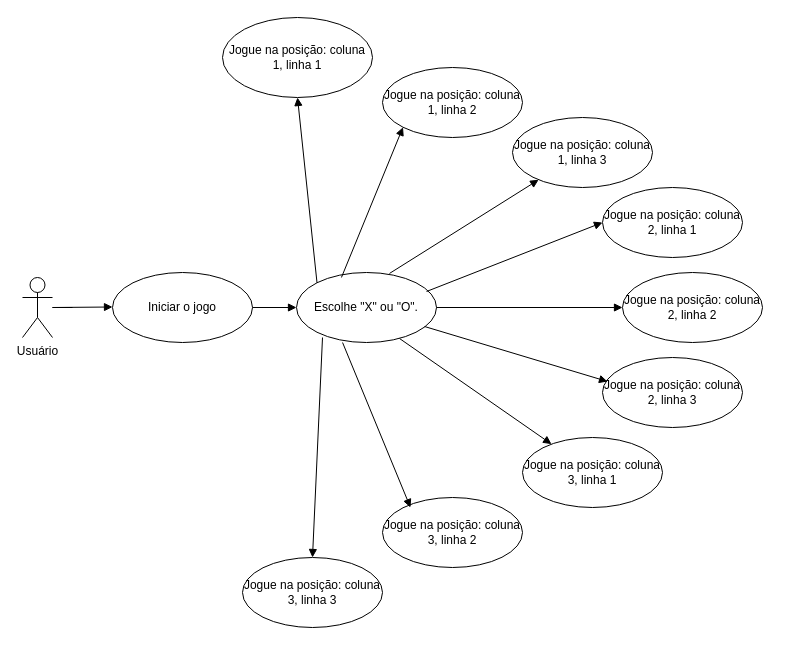
antonioscarvalho/Projetos-Orientados-a-Objetos keeps this draw.io diagram as mini_projeto_3/Projeto_3/diagrama_de_casos_de_uso.drawio. Above is the earlier version. Source tidied: cells renumbered, new cells numbered last; positions are measured from the earlier drawing's top-left corner, leaving out a move shared by most shapes. Both pictures are drawn from the tidied source at 100%, with x=0, y=0 at pixel (22, 17).
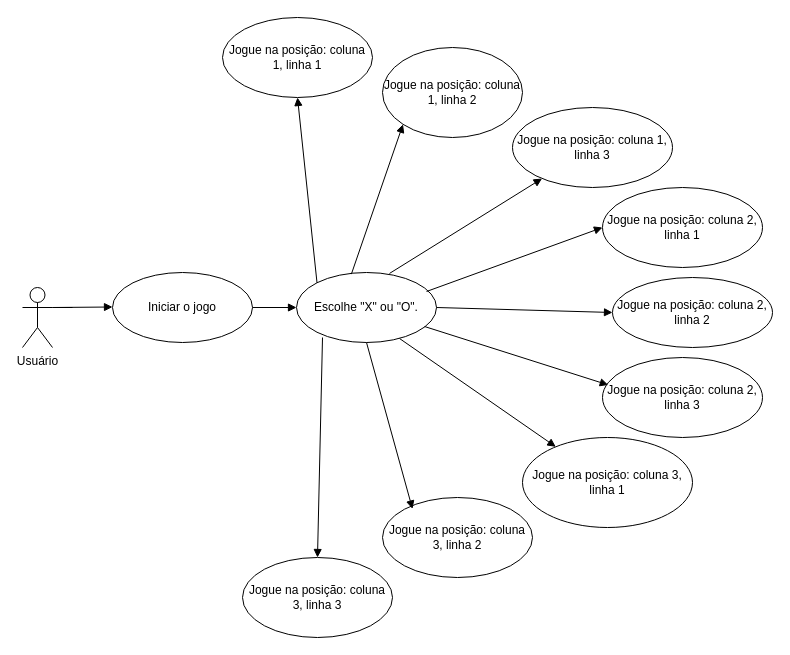
The same diagram, later.

The change refers to these unchanged cells:
```xml
<mxCell id="6" value="Escolhe &quot;X&quot; ou &quot;O&quot;." style="ellipse;whiteSpace=wrap;html=1;" parent="1" vertex="1">
  <mxGeometry x="274" y="255" width="140" height="70" as="geometry" />
</mxCell>
```

What changed in the source:
```diff
@@
     <mxCell id="2" value="Usuário" style="shape=umlActor;verticalLabelPosition=bottom;verticalAlign=top;html=1;" parent="1" vertex="1">
-      <mxGeometry y="260" width="30" height="60" as="geometry" />
+      <mxGeometry y="270" width="30" height="60" as="geometry" />
     </mxCell>
@@
     <mxCell id="8" value="Jogue na posição: coluna 1, linha 2" style="ellipse;whiteSpace=wrap;html=1;" parent="1" vertex="1">
-      <mxGeometry x="360" y="50" width="140" height="70" as="geometry" />
+      <mxGeometry x="360" y="30" width="140" height="90" as="geometry" />
     </mxCell>
     <mxCell id="9" value="Jogue na posição: coluna 1, linha 3" style="ellipse;whiteSpace=wrap;html=1;" parent="1" vertex="1">
-      <mxGeometry x="490" y="100" width="140" height="70" as="geometry" />
+      <mxGeometry x="490" y="90" width="160" height="80" as="geometry" />
     </mxCell>
     <mxCell id="10" value="Jogue na posição: coluna 2, linha 1" style="ellipse;whiteSpace=wrap;html=1;" parent="1" vertex="1">
-      <mxGeometry x="580" y="170" width="140" height="70" as="geometry" />
+      <mxGeometry x="580" y="170" width="160" height="80" as="geometry" />
     </mxCell>
     <mxCell id="11" value="Jogue na posição: coluna 2, linha 2" style="ellipse;whiteSpace=wrap;html=1;" parent="1" vertex="1">
-      <mxGeometry x="600" y="255" width="140" height="70" as="geometry" />
+      <mxGeometry x="590" y="260" width="160" height="70" as="geometry" />
     </mxCell>
     <mxCell id="12" value="Jogue na posição: coluna 2, linha 3" style="ellipse;whiteSpace=wrap;html=1;" parent="1" vertex="1">
-      <mxGeometry x="580" y="340" width="140" height="70" as="geometry" />
+      <mxGeometry x="580" y="340" width="160" height="80" as="geometry" />
     </mxCell>
     <mxCell id="13" value="Jogue na posição: coluna 3, linha 1" style="ellipse;whiteSpace=wrap;html=1;" parent="1" vertex="1">
-      <mxGeometry x="500" y="420" width="140" height="70" as="geometry" />
+      <mxGeometry x="500" y="420" width="170" height="90" as="geometry" />
     </mxCell>
     <mxCell id="14" value="Jogue na posição: coluna 3, linha 2" style="ellipse;whiteSpace=wrap;html=1;" parent="1" vertex="1">
-      <mxGeometry x="360" y="480" width="140" height="70" as="geometry" />
+      <mxGeometry x="360" y="480" width="150" height="80" as="geometry" />
     </mxCell>
     <mxCell id="15" value="Jogue na posição: coluna 3, linha 3" style="ellipse;whiteSpace=wrap;html=1;" parent="1" vertex="1">
-      <mxGeometry x="220" y="540" width="140" height="70" as="geometry" />
+      <mxGeometry x="220" y="540" width="150" height="80" as="geometry" />
     </mxCell>
@@
-    <mxCell id="17" style="html=1;verticalAlign=bottom;endArrow=block;curved=0;rounded=0;exitX=0.321;exitY=0.071;exitDx=0;exitDy=0;exitPerimeter=0;entryX=0;entryY=1;entryDx=0;entryDy=0;" parent="1" edge="1" source="6" target="8">
+    <mxCell id="17" style="html=1;verticalAlign=bottom;endArrow=block;curved=0;rounded=0;exitX=0.392;exitY=0.023;exitDx=0;exitDy=0;exitPerimeter=0;entryX=0;entryY=1;entryDx=0;entryDy=0;" parent="1" edge="1" source="6" target="8">
       <mxGeometry relative="1" as="geometry" />
     </mxCell>
@@
-    <mxCell id="23" style="html=1;verticalAlign=bottom;endArrow=block;curved=0;rounded=0;entryX=0.2;entryY=0.143;entryDx=0;entryDy=0;entryPerimeter=0;exitX=0.329;exitY=1;exitDx=0;exitDy=0;exitPerimeter=0;" parent="1" edge="1" source="6" target="14">
+    <mxCell id="23" style="html=1;verticalAlign=bottom;endArrow=block;curved=0;rounded=0;entryX=0.2;entryY=0.143;entryDx=0;entryDy=0;entryPerimeter=0;exitX=0.5;exitY=1;exitDx=0;exitDy=0;" parent="1" edge="1" source="6" target="14">
       <mxGeometry relative="1" as="geometry" />
     </mxCell>
```
